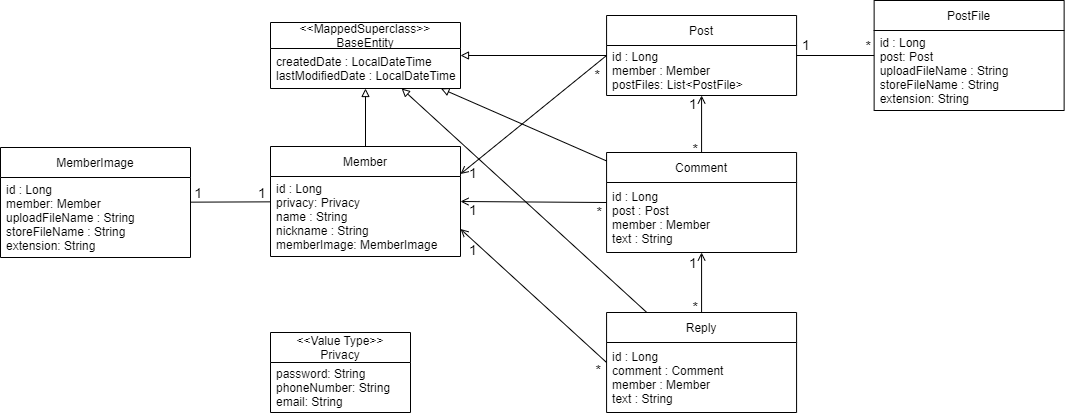
Earlier version of the draw.io export Sprint1 Entity Class Diagram.drawio.png (JunYoung-C/Instagram). Source tidied: cells renumbered, new cells last; positions are measured from the earlier drawing's top-left corner, leaving out a move shared by most shapes. Its diagram source:
```xml
<mxGraphModel>
  <root>
    <mxCell id="0" />
    <mxCell id="1" parent="0" />
    <mxCell id="2" value="Comment" style="swimlane;fontStyle=0;horizontal=1;startSize=30;" parent="1" vertex="1">
      <mxGeometry x="606.1" y="152" width="190" height="100" as="geometry" />
    </mxCell>
    <mxCell id="3" value="id : Long&#10;post : Post&#10;member : Member&#10;text : String" style="text;strokeColor=none;fillColor=none;align=left;verticalAlign=middle;spacingLeft=4;spacingRight=4;overflow=hidden;" parent="2" vertex="1">
      <mxGeometry y="30" width="190" height="70" as="geometry" />
    </mxCell>
    <mxCell id="4" value="Member" style="swimlane;fontStyle=0;horizontal=1;startSize=30;" parent="1" vertex="1">
      <mxGeometry x="270" y="146" width="190" height="110" as="geometry" />
    </mxCell>
    <mxCell id="5" value="id : Long&#10;privacy: Privacy&#10;name : String&#10;nickname : String&#10;memberImage: MemberImage" style="text;strokeColor=none;fillColor=none;align=left;verticalAlign=middle;spacingLeft=4;spacingRight=4;overflow=hidden;" parent="4" vertex="1">
      <mxGeometry y="30" width="190" height="80" as="geometry" />
    </mxCell>
    <mxCell id="6" value="Post" style="swimlane;fontStyle=0;horizontal=1;startSize=30;" parent="1" vertex="1">
      <mxGeometry x="606.1" y="15" width="190" height="80" as="geometry" />
    </mxCell>
    <mxCell id="7" value="id : Long&#10;member : Member&#10;postFiles: List&lt;PostFile&gt;" style="text;strokeColor=none;fillColor=none;align=left;verticalAlign=middle;spacingLeft=4;spacingRight=4;overflow=hidden;" parent="6" vertex="1">
      <mxGeometry y="30" width="190" height="50" as="geometry" />
    </mxCell>
    <mxCell id="8" value="Reply" style="swimlane;fontStyle=0;horizontal=1;startSize=30;" parent="1" vertex="1">
      <mxGeometry x="606.1" y="312" width="190" height="100" as="geometry" />
    </mxCell>
    <mxCell id="9" value="id : Long&#10;comment : Comment&#10;member : Member&#10;text : String" style="text;strokeColor=none;fillColor=none;align=left;verticalAlign=middle;spacingLeft=4;spacingRight=4;overflow=hidden;" parent="8" vertex="1">
      <mxGeometry y="30" width="190" height="70" as="geometry" />
    </mxCell>
    <mxCell id="10" value="&lt;&lt;Value Type&gt;&gt;&#10;Privacy" style="swimlane;fontStyle=0;horizontal=1;startSize=30;" parent="1" vertex="1">
      <mxGeometry x="270" y="332" width="140" height="80" as="geometry" />
    </mxCell>
    <mxCell id="11" value="password: String&#10;phoneNumber: String&#10;email: String" style="text;strokeColor=none;fillColor=none;align=left;verticalAlign=middle;spacingLeft=4;spacingRight=4;overflow=hidden;" parent="10" vertex="1">
      <mxGeometry y="30" width="140" height="50" as="geometry" />
    </mxCell>
    <mxCell id="12" style="endArrow=none;html=1;rounded=0;fontSize=14;exitX=0.5;exitY=1;exitDx=0;exitDy=0;entryX=0.5;entryY=0;entryDx=0;entryDy=0;startArrow=open;startFill=0;" parent="1" edge="1" source="6" target="2">
      <mxGeometry relative="1" as="geometry" />
    </mxCell>
    <mxCell id="13" value="1" style="html=1;align=left;verticalAlign=bottom;fontSize=14;" parent="12" vertex="1">
      <mxGeometry x="-1" relative="1" as="geometry">
        <mxPoint x="-14" y="19" as="offset" />
      </mxGeometry>
    </mxCell>
    <mxCell id="14" value="*" style="html=1;align=right;verticalAlign=bottom;fontSize=14;" parent="12" vertex="1">
      <mxGeometry x="1" relative="1" as="geometry">
        <mxPoint x="-3" y="7" as="offset" />
      </mxGeometry>
    </mxCell>
    <mxCell id="15" style="endArrow=none;html=1;rounded=0;fontSize=14;exitX=1;exitY=0.25;exitDx=0;exitDy=0;entryX=0;entryY=0.5;entryDx=0;entryDy=0;startArrow=open;startFill=0;" parent="1" edge="1" source="4" target="6">
      <mxGeometry relative="1" as="geometry" />
    </mxCell>
    <mxCell id="16" value="1" style="html=1;align=left;verticalAlign=bottom;fontSize=14;" parent="15" vertex="1">
      <mxGeometry x="-1" relative="1" as="geometry">
        <mxPoint x="7" y="9" as="offset" />
      </mxGeometry>
    </mxCell>
    <mxCell id="17" value="*" style="html=1;align=right;verticalAlign=bottom;fontSize=14;" parent="15" vertex="1">
      <mxGeometry x="1" relative="1" as="geometry">
        <mxPoint x="-6" y="30" as="offset" />
      </mxGeometry>
    </mxCell>
    <mxCell id="18" style="endArrow=none;html=1;rounded=0;fontSize=14;entryX=0.5;entryY=0;entryDx=0;entryDy=0;exitX=0.5;exitY=1;exitDx=0;exitDy=0;startArrow=open;startFill=0;" parent="1" edge="1" source="2" target="8">
      <mxGeometry relative="1" as="geometry" />
    </mxCell>
    <mxCell id="19" value="1" style="html=1;align=left;verticalAlign=bottom;fontSize=14;" parent="18" vertex="1">
      <mxGeometry x="-1" relative="1" as="geometry">
        <mxPoint x="-14" y="21" as="offset" />
      </mxGeometry>
    </mxCell>
    <mxCell id="20" value="*" style="html=1;align=right;verticalAlign=bottom;fontSize=14;" parent="18" vertex="1">
      <mxGeometry x="1" relative="1" as="geometry">
        <mxPoint x="-3" y="5" as="offset" />
      </mxGeometry>
    </mxCell>
    <mxCell id="21" value="&lt;&lt;MappedSuperclass&gt;&gt;&#10;BaseEntity" style="swimlane;fontStyle=0;horizontal=1;startSize=26;align=center;fontSize=12;" parent="1" vertex="1">
      <mxGeometry x="270" y="22" width="190" height="66" as="geometry" />
    </mxCell>
    <mxCell id="22" value="createdDate : LocalDateTime&#10;lastModifiedDate : LocalDateTime" style="text;strokeColor=none;fillColor=none;spacingLeft=4;spacingRight=4;overflow=hidden;fontSize=12;" parent="21" vertex="1">
      <mxGeometry y="26" width="190" height="40" as="geometry" />
    </mxCell>
    <mxCell id="23" style="endArrow=none;html=1;rounded=0;fontSize=14;exitX=1;exitY=0.75;exitDx=0;exitDy=0;entryX=0;entryY=0.5;entryDx=0;entryDy=0;startArrow=open;startFill=0;" parent="1" edge="1" source="4" target="8">
      <mxGeometry relative="1" as="geometry" />
    </mxCell>
    <mxCell id="24" value="1" style="html=1;align=left;verticalAlign=bottom;fontSize=14;" parent="23" vertex="1">
      <mxGeometry x="-1" relative="1" as="geometry">
        <mxPoint x="7" y="31" as="offset" />
      </mxGeometry>
    </mxCell>
    <mxCell id="25" value="*" style="html=1;align=right;verticalAlign=bottom;fontSize=14;" parent="23" vertex="1">
      <mxGeometry x="1" relative="1" as="geometry">
        <mxPoint x="-5" y="18" as="offset" />
      </mxGeometry>
    </mxCell>
    <mxCell id="26" style="endArrow=none;html=1;rounded=0;fontSize=14;exitX=1;exitY=0.5;exitDx=0;exitDy=0;entryX=0;entryY=0.5;entryDx=0;entryDy=0;startArrow=open;startFill=0;" parent="1" edge="1" source="4" target="2">
      <mxGeometry relative="1" as="geometry" />
    </mxCell>
    <mxCell id="27" value="1" style="html=1;align=left;verticalAlign=bottom;fontSize=14;" parent="26" vertex="1">
      <mxGeometry x="-1" relative="1" as="geometry">
        <mxPoint x="7" y="19" as="offset" />
      </mxGeometry>
    </mxCell>
    <mxCell id="28" value="*" style="html=1;align=right;verticalAlign=bottom;fontSize=14;" parent="26" vertex="1">
      <mxGeometry x="1" relative="1" as="geometry">
        <mxPoint x="-4" y="20" as="offset" />
      </mxGeometry>
    </mxCell>
    <mxCell id="29" value="PostFile" style="swimlane;fontStyle=0;horizontal=1;startSize=30;" parent="1" vertex="1">
      <mxGeometry x="873.6" width="190" height="110" as="geometry" />
    </mxCell>
    <mxCell id="30" value="id : Long&#10;post: Post&#10;uploadFileName : String&#10;storeFileName : String&#10;extension: String" style="text;strokeColor=none;fillColor=none;align=left;verticalAlign=middle;spacingLeft=4;spacingRight=4;overflow=hidden;" parent="29" vertex="1">
      <mxGeometry y="30" width="190" height="80" as="geometry" />
    </mxCell>
    <mxCell id="31" value="MemberImage" style="swimlane;fontStyle=0;horizontal=1;startSize=30;" parent="1" vertex="1">
      <mxGeometry y="147" width="190" height="110" as="geometry" />
    </mxCell>
    <mxCell id="32" value="id : Long&#10;member: Member&#10;uploadFileName : String&#10;storeFileName : String&#10;extension: String" style="text;strokeColor=none;fillColor=none;align=left;verticalAlign=middle;spacingLeft=4;spacingRight=4;overflow=hidden;" parent="31" vertex="1">
      <mxGeometry y="30" width="190" height="80" as="geometry" />
    </mxCell>
    <mxCell id="33" style="endArrow=block;html=1;rounded=0;fontSize=12;endFill=0;" parent="1" edge="1" source="4" target="21">
      <mxGeometry relative="1" as="geometry" />
    </mxCell>
    <mxCell id="34" style="endArrow=block;html=1;rounded=0;fontSize=12;endFill=0;" parent="1" edge="1" source="6" target="21">
      <mxGeometry relative="1" as="geometry" />
    </mxCell>
    <mxCell id="35" style="endArrow=block;html=1;rounded=0;fontSize=12;endFill=0;" parent="1" edge="1" source="2" target="21">
      <mxGeometry relative="1" as="geometry" />
    </mxCell>
    <mxCell id="36" style="endArrow=block;html=1;rounded=0;fontSize=12;endFill=0;" parent="1" edge="1" source="8" target="21">
      <mxGeometry relative="1" as="geometry" />
    </mxCell>
    <mxCell id="37" style="endArrow=none;html=1;rounded=0;fontSize=14;startArrow=none;startFill=0;" parent="1" edge="1" source="4" target="31">
      <mxGeometry relative="1" as="geometry" />
    </mxCell>
    <mxCell id="38" value="1" style="html=1;align=left;verticalAlign=bottom;fontSize=14;" parent="37" vertex="1">
      <mxGeometry x="-1" relative="1" as="geometry">
        <mxPoint x="-14" y="2" as="offset" />
      </mxGeometry>
    </mxCell>
    <mxCell id="39" value="1" style="html=1;align=right;verticalAlign=bottom;fontSize=14;" parent="37" vertex="1">
      <mxGeometry x="1" relative="1" as="geometry">
        <mxPoint x="12" y="1" as="offset" />
      </mxGeometry>
    </mxCell>
    <mxCell id="40" style="endArrow=none;html=1;rounded=0;fontSize=14;startArrow=none;startFill=0;" parent="1" edge="1" source="6" target="29">
      <mxGeometry relative="1" as="geometry" />
    </mxCell>
    <mxCell id="41" value="1" style="html=1;align=left;verticalAlign=bottom;fontSize=14;" parent="40" vertex="1">
      <mxGeometry x="-1" relative="1" as="geometry">
        <mxPoint x="4" as="offset" />
      </mxGeometry>
    </mxCell>
    <mxCell id="42" value="*" style="html=1;align=right;verticalAlign=bottom;fontSize=14;" parent="40" vertex="1">
      <mxGeometry x="1" relative="1" as="geometry">
        <mxPoint x="-3" y="1" as="offset" />
      </mxGeometry>
    </mxCell>
  </root>
</mxGraphModel>
```
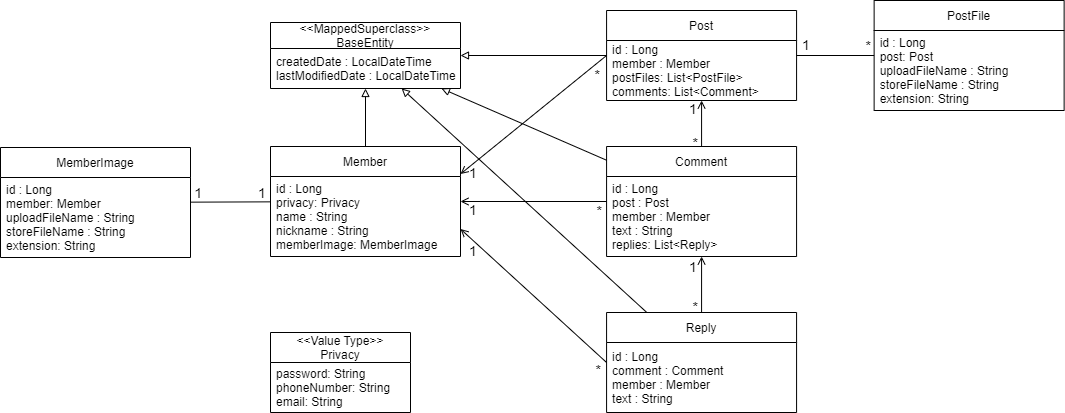
After the change.

Commit message:
docs: post와 comment, comment와 reply에 양방향 참조 재추가

Change to the diagram source:
```diff
@@ -3,10 +3,10 @@
     <mxCell id="0" />
     <mxCell id="1" parent="0" />
     <mxCell id="2" value="Comment" style="swimlane;fontStyle=0;horizontal=1;startSize=30;" parent="1" vertex="1">
-      <mxGeometry x="606.1" y="152" width="190" height="100" as="geometry" />
+      <mxGeometry x="606.1" y="146" width="190" height="110" as="geometry" />
     </mxCell>
-    <mxCell id="3" value="id : Long&#10;post : Post&#10;member : Member&#10;text : String" style="text;strokeColor=none;fillColor=none;align=left;verticalAlign=middle;spacingLeft=4;spacingRight=4;overflow=hidden;" parent="2" vertex="1">
-      <mxGeometry y="30" width="190" height="70" as="geometry" />
+    <mxCell id="3" value="id : Long&#10;post : Post&#10;member : Member&#10;text : String&#10;replies: List&lt;Reply&gt;" style="text;strokeColor=none;fillColor=none;align=left;verticalAlign=middle;spacingLeft=4;spacingRight=4;overflow=hidden;" parent="2" vertex="1">
+      <mxGeometry y="30" width="190" height="80" as="geometry" />
     </mxCell>
     <mxCell id="4" value="Member" style="swimlane;fontStyle=0;horizontal=1;startSize=30;" parent="1" vertex="1">
       <mxGeometry x="270" y="146" width="190" height="110" as="geometry" />
@@ -15,10 +15,10 @@
       <mxGeometry y="30" width="190" height="80" as="geometry" />
     </mxCell>
     <mxCell id="6" value="Post" style="swimlane;fontStyle=0;horizontal=1;startSize=30;" parent="1" vertex="1">
-      <mxGeometry x="606.1" y="15" width="190" height="80" as="geometry" />
+      <mxGeometry x="606.1" y="10" width="190" height="90" as="geometry" />
     </mxCell>
-    <mxCell id="7" value="id : Long&#10;member : Member&#10;postFiles: List&lt;PostFile&gt;" style="text;strokeColor=none;fillColor=none;align=left;verticalAlign=middle;spacingLeft=4;spacingRight=4;overflow=hidden;" parent="6" vertex="1">
-      <mxGeometry y="30" width="190" height="50" as="geometry" />
+    <mxCell id="7" value="id : Long&#10;member : Member&#10;postFiles: List&lt;PostFile&gt;&#10;comments: List&lt;Comment&gt;" style="text;strokeColor=none;fillColor=none;align=left;verticalAlign=middle;spacingLeft=4;spacingRight=4;overflow=hidden;" parent="6" vertex="1">
+      <mxGeometry y="30" width="190" height="60" as="geometry" />
     </mxCell>
     <mxCell id="8" value="Reply" style="swimlane;fontStyle=0;horizontal=1;startSize=30;" parent="1" vertex="1">
       <mxGeometry x="606.1" y="312" width="190" height="100" as="geometry" />
@@ -82,7 +82,7 @@
     </mxCell>
     <mxCell id="24" value="1" style="html=1;align=left;verticalAlign=bottom;fontSize=14;" parent="23" vertex="1">
       <mxGeometry x="-1" relative="1" as="geometry">
-        <mxPoint x="7" y="31" as="offset" />
+        <mxPoint x="7" y="32" as="offset" />
       </mxGeometry>
     </mxCell>
     <mxCell id="25" value="*" style="html=1;align=right;verticalAlign=bottom;fontSize=14;" parent="23" vertex="1">
```
